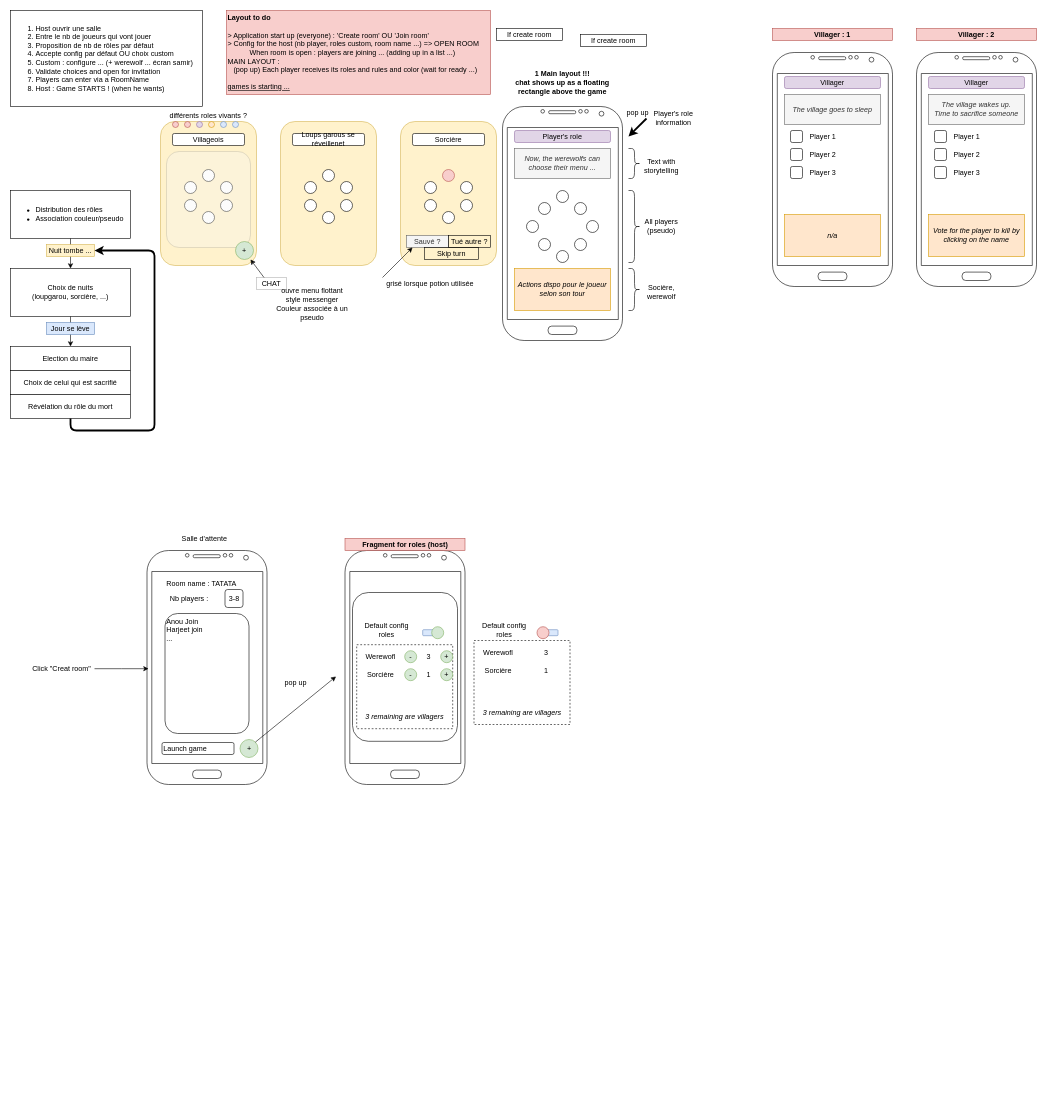
The draw.io diagram Discuss_Sat17oct_RolePlayersDeroulement.drawio in SucreSalaire/T-MobOp_werewolf, before the edit. Source tidied: cells renumbered, new cells numbered last; positions are measured from the earlier drawing's top-left corner, leaving out a move shared by most shapes. Both pictures are drawn from the tidied source at 60%, with x=0, y=0 at pixel (10, 10).
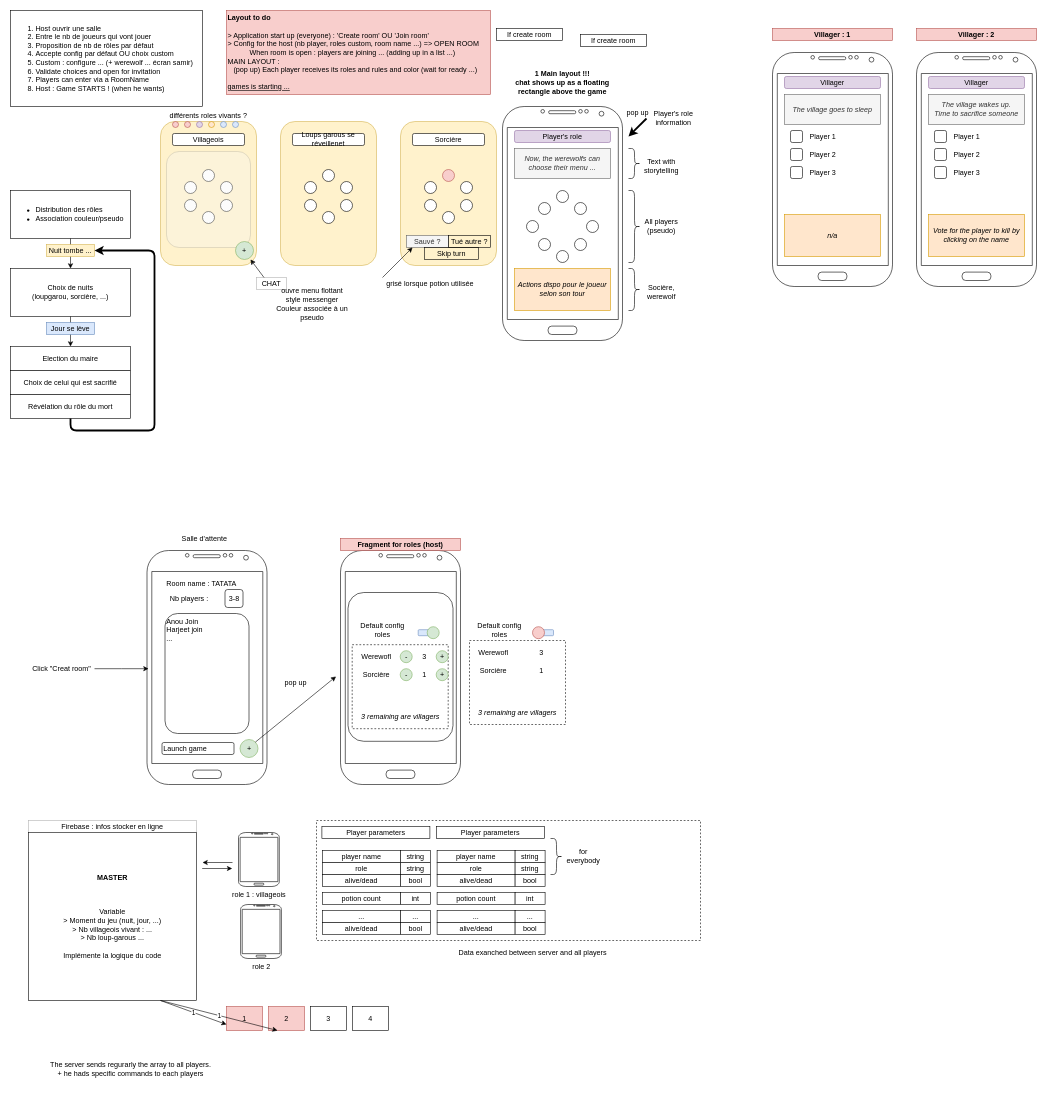
After the change.

What changed in the source:
```diff
@@
+    <mxCell id="139" style="rounded=0;whiteSpace=wrap;html=1;fillColor=none;dashed=1;" parent="1" vertex="1">
+      <mxGeometry x="510" y="1350" width="640" height="200" as="geometry" />
+    </mxCell>
     <mxCell id="2" style="rounded=1;whiteSpace=wrap;html=1;strokeColor=#000000;fillColor=none;align=left;" parent="1" vertex="1">
-      <mxGeometry x="570" y="970" width="175" height="248" as="geometry" />
+      <mxGeometry x="562.5" y="970" width="175" height="248" as="geometry" />
     </mxCell>
     <mxCell id="3" style="rounded=0;whiteSpace=wrap;html=1;strokeColor=#000000;fillColor=none;dashed=1;" parent="1" vertex="1">
-      <mxGeometry x="577" y="1057" width="160" height="140" as="geometry" />
+      <mxGeometry x="569.5" y="1057" width="160" height="140" as="geometry" />
     </mxCell>
@@
     <mxCell id="79" style="verticalLabelPosition=bottom;verticalAlign=top;html=1;shadow=0;dashed=0;strokeWidth=1;shape=mxgraph.android.phone2;strokeColor=#000000;" parent="1" vertex="1">
-      <mxGeometry x="557.5" y="900" width="200" height="390" as="geometry" />
+      <mxGeometry x="550" y="900" width="200" height="390" as="geometry" />
     </mxCell>
     <mxCell id="80" value="Fragment for roles (host)" style="text;html=1;strokeColor=#b85450;fillColor=#f8cecc;align=center;verticalAlign=middle;whiteSpace=wrap;rounded=0;fontStyle=1;" parent="1" vertex="1">
-      <mxGeometry x="557.5" y="880" width="200" height="20" as="geometry" />
+      <mxGeometry x="550" y="880" width="200" height="20" as="geometry" />
     </mxCell>
     <mxCell id="81" style="rounded=1;whiteSpace=wrap;html=1;strokeColor=#6c8ebf;fillColor=#dae8fc;" parent="1" vertex="1">
-      <mxGeometry x="687" y="1032" width="30" height="10" as="geometry" />
+      <mxGeometry x="679.5" y="1032" width="30" height="10" as="geometry" />
     </mxCell>
     <mxCell id="82" style="ellipse;whiteSpace=wrap;html=1;strokeColor=#82b366;fillColor=#d5e8d4;" parent="1" vertex="1">
-      <mxGeometry x="702" y="1027" width="20" height="20" as="geometry" />
+      <mxGeometry x="694.5" y="1027" width="20" height="20" as="geometry" />
     </mxCell>
     <mxCell id="83" value="Default config roles" style="text;html=1;strokeColor=none;fillColor=none;align=center;verticalAlign=middle;whiteSpace=wrap;rounded=0;" parent="1" vertex="1">
-      <mxGeometry x="587" y="1017" width="80" height="30" as="geometry" />
+      <mxGeometry x="579.5" y="1017" width="80" height="30" as="geometry" />
     </mxCell>
     <mxCell id="84" style="rounded=1;whiteSpace=wrap;html=1;strokeColor=#6c8ebf;fillColor=#dae8fc;" parent="1" vertex="1">
-      <mxGeometry x="882.5" y="1032" width="30" height="10" as="geometry" />
+      <mxGeometry x="875" y="1032" width="30" height="10" as="geometry" />
     </mxCell>
     <mxCell id="85" style="ellipse;whiteSpace=wrap;html=1;strokeColor=#b85450;fillColor=#f8cecc;" parent="1" vertex="1">
-      <mxGeometry x="877.5" y="1027" width="20" height="20" as="geometry" />
+      <mxGeometry x="870" y="1027" width="20" height="20" as="geometry" />
     </mxCell>
     <mxCell id="86" value="Default config roles" style="text;html=1;strokeColor=none;fillColor=none;align=center;verticalAlign=middle;whiteSpace=wrap;rounded=0;" parent="1" vertex="1">
-      <mxGeometry x="782.5" y="1017" width="80" height="30" as="geometry" />
+      <mxGeometry x="775" y="1017" width="80" height="30" as="geometry" />
     </mxCell>
     <mxCell id="87" value="Werewofl" style="text;html=1;strokeColor=none;fillColor=none;align=center;verticalAlign=middle;whiteSpace=wrap;rounded=0;" parent="1" vertex="1">
-      <mxGeometry x="577" y="1067" width="80" height="20" as="geometry" />
+      <mxGeometry x="569.5" y="1067" width="80" height="20" as="geometry" />
     </mxCell>
     <mxCell id="88" value="Sorcière" style="text;html=1;strokeColor=none;fillColor=none;align=center;verticalAlign=middle;whiteSpace=wrap;rounded=0;" parent="1" vertex="1">
-      <mxGeometry x="577" y="1097" width="80" height="20" as="geometry" />
+      <mxGeometry x="569.5" y="1097" width="80" height="20" as="geometry" />
     </mxCell>
     <mxCell id="89" value="-" style="ellipse;whiteSpace=wrap;html=1;strokeColor=#82b366;fillColor=#d5e8d4;" parent="1" vertex="1">
-      <mxGeometry x="657" y="1067" width="20" height="20" as="geometry" />
+      <mxGeometry x="649.5" y="1067" width="20" height="20" as="geometry" />
     </mxCell>
     <mxCell id="90" value="+" style="ellipse;whiteSpace=wrap;html=1;strokeColor=#82b366;fillColor=#d5e8d4;" parent="1" vertex="1">
-      <mxGeometry x="717" y="1067" width="20" height="20" as="geometry" />
+      <mxGeometry x="709.5" y="1067" width="20" height="20" as="geometry" />
     </mxCell>
     <mxCell id="91" value="3" style="ellipse;whiteSpace=wrap;html=1;strokeColor=none;fillColor=none;" parent="1" vertex="1">
-      <mxGeometry x="687" y="1067" width="20" height="20" as="geometry" />
+      <mxGeometry x="679.5" y="1067" width="20" height="20" as="geometry" />
     </mxCell>
     <mxCell id="92" value="-" style="ellipse;whiteSpace=wrap;html=1;strokeColor=#82b366;fillColor=#d5e8d4;" parent="1" vertex="1">
-      <mxGeometry x="657" y="1097" width="20" height="20" as="geometry" />
+      <mxGeometry x="649.5" y="1097" width="20" height="20" as="geometry" />
     </mxCell>
     <mxCell id="93" value="+" style="ellipse;whiteSpace=wrap;html=1;strokeColor=#82b366;fillColor=#d5e8d4;" parent="1" vertex="1">
-      <mxGeometry x="717" y="1097" width="20" height="20" as="geometry" />
+      <mxGeometry x="709.5" y="1097" width="20" height="20" as="geometry" />
     </mxCell>
     <mxCell id="94" value="1" style="ellipse;whiteSpace=wrap;html=1;strokeColor=none;fillColor=none;" parent="1" vertex="1">
-      <mxGeometry x="687" y="1097" width="20" height="20" as="geometry" />
+      <mxGeometry x="679.5" y="1097" width="20" height="20" as="geometry" />
     </mxCell>
     <mxCell id="95" value="3 remaining are villagers" style="text;html=1;strokeColor=none;fillColor=none;align=center;verticalAlign=middle;whiteSpace=wrap;rounded=0;fontStyle=2;" parent="1" vertex="1">
-      <mxGeometry x="582" y="1167" width="150" height="20" as="geometry" />
+      <mxGeometry x="574.5" y="1167" width="150" height="20" as="geometry" />
     </mxCell>
@@
     <mxCell id="110" style="rounded=0;whiteSpace=wrap;html=1;strokeColor=#000000;fillColor=none;dashed=1;" parent="1" vertex="1">
-      <mxGeometry x="772.5" y="1050" width="160" height="140" as="geometry" />
+      <mxGeometry x="765" y="1050" width="160" height="140" as="geometry" />
     </mxCell>
     <mxCell id="111" value="Werewofl" style="text;html=1;strokeColor=none;fillColor=none;align=center;verticalAlign=middle;whiteSpace=wrap;rounded=0;" parent="1" vertex="1">
-      <mxGeometry x="772.5" y="1060" width="80" height="20" as="geometry" />
+      <mxGeometry x="765" y="1060" width="80" height="20" as="geometry" />
     </mxCell>
     <mxCell id="112" value="Sorcière" style="text;html=1;strokeColor=none;fillColor=none;align=center;verticalAlign=middle;whiteSpace=wrap;rounded=0;" parent="1" vertex="1">
-      <mxGeometry x="772.5" y="1090" width="80" height="20" as="geometry" />
+      <mxGeometry x="765" y="1090" width="80" height="20" as="geometry" />
     </mxCell>
     <mxCell id="113" value="3" style="ellipse;whiteSpace=wrap;html=1;strokeColor=none;fillColor=none;" parent="1" vertex="1">
-      <mxGeometry x="882.5" y="1060" width="20" height="20" as="geometry" />
+      <mxGeometry x="875" y="1060" width="20" height="20" as="geometry" />
     </mxCell>
     <mxCell id="114" value="1" style="ellipse;whiteSpace=wrap;html=1;strokeColor=none;fillColor=none;" parent="1" vertex="1">
-      <mxGeometry x="882.5" y="1090" width="20" height="20" as="geometry" />
+      <mxGeometry x="875" y="1090" width="20" height="20" as="geometry" />
     </mxCell>
     <mxCell id="115" value="3 remaining are villagers" style="text;html=1;strokeColor=none;fillColor=none;align=center;verticalAlign=middle;whiteSpace=wrap;rounded=0;fontStyle=2;" parent="1" vertex="1">
-      <mxGeometry x="777.5" y="1160" width="150" height="20" as="geometry" />
+      <mxGeometry x="770" y="1160" width="150" height="20" as="geometry" />
     </mxCell>
@@
+    <mxCell id="140" value="&lt;b&gt;MASTER&lt;/b&gt;&lt;br&gt;&lt;br&gt;&lt;br&gt;&lt;br&gt;Variable&lt;br&gt;&amp;gt; Moment du jeu (nuit, jour, ...)&lt;br&gt;&amp;gt; Nb villageois vivant : ...&lt;br&gt;&amp;gt; Nb loup-garous ...&lt;br&gt;&lt;br&gt;Implémente la logique du code" style="rounded=0;whiteSpace=wrap;html=1;" parent="1" vertex="1">
+      <mxGeometry x="30" y="1370" width="280" height="280" as="geometry" />
+    </mxCell>
+    <mxCell id="141" value="Firebase : infos stocker en ligne" style="rounded=0;whiteSpace=wrap;html=1;strokeColor=#000000;opacity=30;" parent="1" vertex="1">
+      <mxGeometry x="30" y="1350" width="280" height="20" as="geometry" />
+    </mxCell>
+    <mxCell id="142" value="role 1 : villageois" style="verticalLabelPosition=bottom;verticalAlign=top;html=1;shadow=0;dashed=0;strokeWidth=1;shape=mxgraph.android.phone2;strokeColor=#000000;" parent="1" vertex="1">
+      <mxGeometry x="380" y="1370" width="68" height="90" as="geometry" />
+    </mxCell>
+    <mxCell id="143" value="role 2" style="verticalLabelPosition=bottom;verticalAlign=top;html=1;shadow=0;dashed=0;strokeWidth=1;shape=mxgraph.android.phone2;strokeColor=#000000;" parent="1" vertex="1">
+      <mxGeometry x="383.5" y="1490" width="68" height="90" as="geometry" />
+    </mxCell>
+    <mxCell id="144" style="endArrow=classic;html=1;" parent="1" edge="1">
+      <mxGeometry relative="1" as="geometry">
+        <mxPoint x="370" y="1420" as="sourcePoint" />
+        <mxPoint x="320" y="1420" as="targetPoint" />
+      </mxGeometry>
+    </mxCell>
+    <mxCell id="145" style="endArrow=classic;html=1;" parent="1" edge="1">
+      <mxGeometry relative="1" as="geometry">
+        <mxPoint x="319.5" y="1430" as="sourcePoint" />
+        <mxPoint x="369.5" y="1430" as="targetPoint" />
+      </mxGeometry>
+    </mxCell>
+    <mxCell id="146" value="1" style="rounded=0;whiteSpace=wrap;html=1;fillColor=#f8cecc;strokeColor=#b85450;" parent="1" vertex="1">
+      <mxGeometry x="360" y="1660" width="60" height="40" as="geometry" />
+    </mxCell>
+    <mxCell id="147" value="2" style="rounded=0;whiteSpace=wrap;html=1;fillColor=#f8cecc;strokeColor=#b85450;" parent="1" vertex="1">
+      <mxGeometry x="430" y="1660" width="60" height="40" as="geometry" />
+    </mxCell>
+    <mxCell id="148" value="3" style="rounded=0;whiteSpace=wrap;html=1;" parent="1" vertex="1">
+      <mxGeometry x="500" y="1660" width="60" height="40" as="geometry" />
+    </mxCell>
+    <mxCell id="149" value="4" style="rounded=0;whiteSpace=wrap;html=1;" parent="1" vertex="1">
+      <mxGeometry x="570" y="1660" width="60" height="40" as="geometry" />
+    </mxCell>
+    <mxCell id="150" value="1" style="endArrow=classic;html=1;entryX=0;entryY=0.75;entryDx=0;entryDy=0;" parent="1" edge="1" target="146">
+      <mxGeometry relative="1" as="geometry">
+        <mxPoint x="250" y="1650" as="sourcePoint" />
+      </mxGeometry>
+    </mxCell>
+    <mxCell id="151" value="1" style="endArrow=classic;html=1;entryX=0.25;entryY=1;entryDx=0;entryDy=0;" parent="1" edge="1" target="147">
+      <mxGeometry relative="1" as="geometry">
+        <mxPoint x="250" y="1650" as="sourcePoint" />
+      </mxGeometry>
+    </mxCell>
+    <mxCell id="152" value="Player parameters" style="rounded=0;whiteSpace=wrap;html=1;" parent="1" vertex="1">
+      <mxGeometry x="710" y="1360" width="180" height="20" as="geometry" />
+    </mxCell>
+    <mxCell id="153" value="role" style="rounded=0;whiteSpace=wrap;html=1;" parent="1" vertex="1">
+      <mxGeometry x="711" y="1420" width="130" height="20" as="geometry" />
+    </mxCell>
+    <mxCell id="154" value="alive/dead" style="rounded=0;whiteSpace=wrap;html=1;" parent="1" vertex="1">
+      <mxGeometry x="711" y="1440" width="130" height="20" as="geometry" />
+    </mxCell>
+    <mxCell id="155" value="string" style="rounded=0;whiteSpace=wrap;html=1;" parent="1" vertex="1">
+      <mxGeometry x="841" y="1420" width="50" height="20" as="geometry" />
+    </mxCell>
+    <mxCell id="156" value="bool" style="rounded=0;whiteSpace=wrap;html=1;" parent="1" vertex="1">
+      <mxGeometry x="841" y="1440" width="50" height="20" as="geometry" />
+    </mxCell>
+    <mxCell id="157" value="player name" style="rounded=0;whiteSpace=wrap;html=1;" parent="1" vertex="1">
+      <mxGeometry x="711" y="1400" width="130" height="20" as="geometry" />
+    </mxCell>
+    <mxCell id="158" value="string" style="rounded=0;whiteSpace=wrap;html=1;" parent="1" vertex="1">
+      <mxGeometry x="841" y="1400" width="50" height="20" as="geometry" />
+    </mxCell>
+    <mxCell id="159" style="shape=curlyBracket;whiteSpace=wrap;html=1;rounded=1;strokeColor=#000000;direction=west;" parent="1" vertex="1">
+      <mxGeometry x="900" y="1380" width="20" height="60" as="geometry" />
+    </mxCell>
+    <mxCell id="160" value="for everybody" style="text;html=1;strokeColor=none;fillColor=none;align=center;verticalAlign=middle;whiteSpace=wrap;rounded=0;" parent="1" vertex="1">
+      <mxGeometry x="920" y="1390" width="70" height="40" as="geometry" />
+    </mxCell>
+    <mxCell id="161" value="..." style="rounded=0;whiteSpace=wrap;html=1;" parent="1" vertex="1">
+      <mxGeometry x="711" y="1500" width="130" height="20" as="geometry" />
+    </mxCell>
+    <mxCell id="162" value="alive/dead" style="rounded=0;whiteSpace=wrap;html=1;" parent="1" vertex="1">
+      <mxGeometry x="711" y="1520" width="130" height="20" as="geometry" />
+    </mxCell>
+    <mxCell id="163" value="..." style="rounded=0;whiteSpace=wrap;html=1;" parent="1" vertex="1">
+      <mxGeometry x="841" y="1500" width="50" height="20" as="geometry" />
+    </mxCell>
+    <mxCell id="164" value="bool" style="rounded=0;whiteSpace=wrap;html=1;" parent="1" vertex="1">
+      <mxGeometry x="841" y="1520" width="50" height="20" as="geometry" />
+    </mxCell>
+    <mxCell id="165" value="potion count" style="rounded=0;whiteSpace=wrap;html=1;" parent="1" vertex="1">
+      <mxGeometry x="711" y="1470" width="130" height="20" as="geometry" />
+    </mxCell>
+    <mxCell id="166" value="int" style="rounded=0;whiteSpace=wrap;html=1;" parent="1" vertex="1">
+      <mxGeometry x="841" y="1470" width="50" height="20" as="geometry" />
+    </mxCell>
+    <mxCell id="167" value="Player parameters" style="rounded=0;whiteSpace=wrap;html=1;" parent="1" vertex="1">
+      <mxGeometry x="519" y="1360" width="180" height="20" as="geometry" />
+    </mxCell>
+    <mxCell id="168" value="role" style="rounded=0;whiteSpace=wrap;html=1;" parent="1" vertex="1">
+      <mxGeometry x="520" y="1420" width="130" height="20" as="geometry" />
+    </mxCell>
+    <mxCell id="169" value="alive/dead" style="rounded=0;whiteSpace=wrap;html=1;" parent="1" vertex="1">
+      <mxGeometry x="520" y="1440" width="130" height="20" as="geometry" />
+    </mxCell>
+    <mxCell id="170" value="string" style="rounded=0;whiteSpace=wrap;html=1;" parent="1" vertex="1">
+      <mxGeometry x="650" y="1420" width="50" height="20" as="geometry" />
+    </mxCell>
+    <mxCell id="171" value="bool" style="rounded=0;whiteSpace=wrap;html=1;" parent="1" vertex="1">
+      <mxGeometry x="650" y="1440" width="50" height="20" as="geometry" />
+    </mxCell>
+    <mxCell id="172" value="player name" style="rounded=0;whiteSpace=wrap;html=1;" parent="1" vertex="1">
+      <mxGeometry x="520" y="1400" width="130" height="20" as="geometry" />
+    </mxCell>
+    <mxCell id="173" value="string" style="rounded=0;whiteSpace=wrap;html=1;" parent="1" vertex="1">
+      <mxGeometry x="650" y="1400" width="50" height="20" as="geometry" />
+    </mxCell>
+    <mxCell id="174" value="..." style="rounded=0;whiteSpace=wrap;html=1;" parent="1" vertex="1">
+      <mxGeometry x="520" y="1500" width="130" height="20" as="geometry" />
+    </mxCell>
+    <mxCell id="175" value="alive/dead" style="rounded=0;whiteSpace=wrap;html=1;" parent="1" vertex="1">
+      <mxGeometry x="520" y="1520" width="130" height="20" as="geometry" />
+    </mxCell>
+    <mxCell id="176" value="..." style="rounded=0;whiteSpace=wrap;html=1;" parent="1" vertex="1">
+      <mxGeometry x="650" y="1500" width="50" height="20" as="geometry" />
+    </mxCell>
+    <mxCell id="177" value="bool" style="rounded=0;whiteSpace=wrap;html=1;" parent="1" vertex="1">
+      <mxGeometry x="650" y="1520" width="50" height="20" as="geometry" />
+    </mxCell>
+    <mxCell id="178" value="potion count" style="rounded=0;whiteSpace=wrap;html=1;" parent="1" vertex="1">
+      <mxGeometry x="520" y="1470" width="130" height="20" as="geometry" />
+    </mxCell>
+    <mxCell id="179" value="int" style="rounded=0;whiteSpace=wrap;html=1;" parent="1" vertex="1">
+      <mxGeometry x="650" y="1470" width="50" height="20" as="geometry" />
+    </mxCell>
+    <mxCell id="180" value="Data exanched between server and all players" style="text;html=1;align=center;verticalAlign=middle;" parent="1" vertex="1">
+      <mxGeometry x="740" y="1560" width="260" height="20" as="geometry" />
+    </mxCell>
+    <mxCell id="181" value="The server sends regurarly the array to all players.&lt;br&gt;+ he hads specific commands to each players" style="text;html=1;align=center;verticalAlign=middle;" parent="1" vertex="1">
+      <mxGeometry x="60" y="1710" width="280" height="110" as="geometry" />
+    </mxCell>
```
